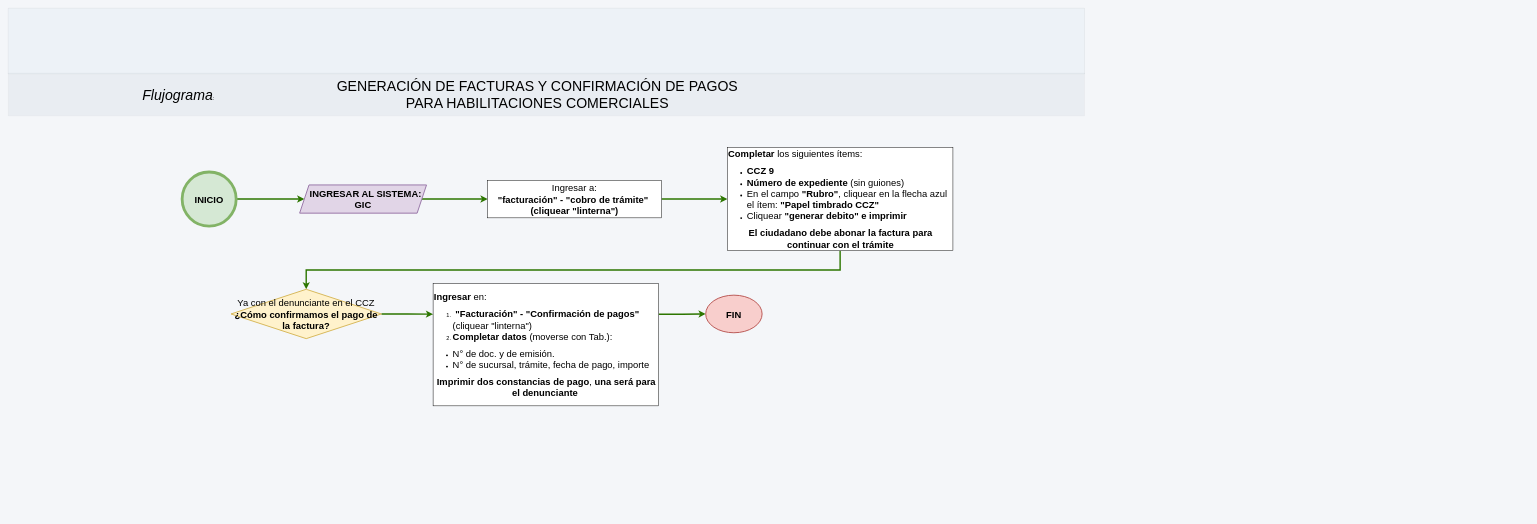
Earlier version of the draw.io diagram Facturas_habilitaciones/Factura habilitaciones comerciales.drawio (adlc20/Manual_de_procedimientos_ccz9). Source tidied: cells renumbered, new cells numbered last; positions are measured from the earlier drawing's top-left corner, leaving out a move shared by most shapes. Both pictures are drawn from the tidied source at 47%, with x=0, y=0 at pixel (8, 8).
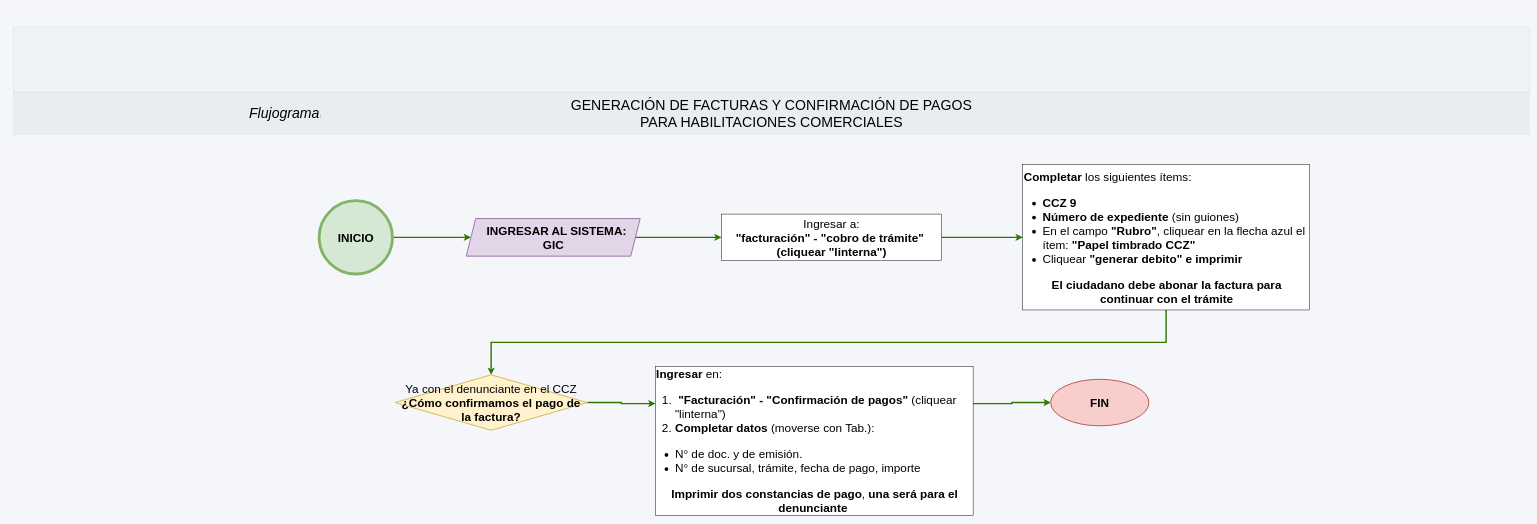
Above is the later version.

Diff of the diagram source:
```diff
@@
 <mxGraphModel background="light-dark(#F4F6F9,#121212)">
   <root>
     <mxCell id="0" />
     <mxCell id="1" parent="0" />
-    <mxCell id="2" style="verticalLabelPosition=bottom;verticalAlign=middle;html=1;shape=mxgraph.basic.patternFillRect;step=5;fillStrokeWidth=0.2;fillStrokeColor=#dddddd;fillColor=#EDF2F7;strokeWidth=0;dashed=1;dashPattern=1 4;rounded=1;align=center;fontFamily=Helvetica;fontSize=12;fontColor=#2D3748;" parent="1" vertex="1">
-      <mxGeometry width="2290" height="140" as="geometry" />
-    </mxCell>
-    <mxCell id="3" style="verticalLabelPosition=bottom;verticalAlign=top;html=1;shape=mxgraph.basic.patternFillRect;fillStyle=auto;step=5;fillStrokeWidth=0.2;fillStrokeColor=#dddddd;fillColor=#E0E5EB;strokeWidth=0;strokeColor=default;opacity=50;fontColor=#ffffff;shadow=0;comic=0;align=center;fontFamily=Helvetica;fontSize=12;gradientColor=none;" parent="1" vertex="1">
-      <mxGeometry y="138" width="2290" height="91" as="geometry" />
-    </mxCell>
+    <mxCell id="19" style="verticalLabelPosition=bottom;verticalAlign=middle;html=1;shape=mxgraph.basic.patternFillRect;step=5;fillStrokeWidth=0.2;fillStrokeColor=#dddddd;fillColor=#EDF2F7;strokeWidth=0;dashed=1;dashPattern=1 4;rounded=1;align=center;fontFamily=Helvetica;fontSize=12;fontColor=#2D3748;" parent="1" vertex="1">
+      <mxGeometry x="11" y="40" width="3226" height="140" as="geometry" />
+    </mxCell>
+    <mxCell id="20" style="verticalLabelPosition=bottom;verticalAlign=top;html=1;shape=mxgraph.basic.patternFillRect;fillStyle=auto;step=5;fillStrokeWidth=0.2;fillStrokeColor=#dddddd;fillColor=#E0E5EB;strokeWidth=0;strokeColor=default;opacity=50;fontColor=#ffffff;shadow=0;comic=0;align=center;fontFamily=Helvetica;fontSize=12;gradientColor=none;" parent="1" vertex="1">
+      <mxGeometry x="11" y="178" width="3226" height="91" as="geometry" />
+    </mxCell>
     <mxCell id="4" value="&lt;font style=&quot;font-size: 30px;&quot;&gt;&lt;i&gt;Flujograma&lt;/i&gt;&lt;/font&gt;:&amp;nbsp;" style="text;html=1;whiteSpace=wrap;strokeColor=none;fillColor=none;align=center;verticalAlign=middle;rounded=0;" parent="1" vertex="1">
-      <mxGeometry x="184" y="168.5" width="360" height="30" as="geometry" />
+      <mxGeometry x="411" y="208.5" width="360" height="30" as="geometry" />
     </mxCell>
     <mxCell id="5" value="&lt;span style=&quot;font-size: 30px;&quot;&gt;GENERACIÓN DE FACTURAS Y CONFIRMACIÓN DE PAGOS PARA HABILITACIONES COMERCIALES&lt;/span&gt;" style="text;html=1;whiteSpace=wrap;strokeColor=none;fillColor=none;align=center;verticalAlign=middle;rounded=0;" parent="1" vertex="1">
-      <mxGeometry x="691" y="153.5" width="870" height="60" as="geometry" />
+      <mxGeometry x="1189" y="193.5" width="870" height="60" as="geometry" />
     </mxCell>
-    <mxCell id="6" style="edgeStyle=orthogonalEdgeStyle;rounded=0;jettySize=auto;html=1;exitX=1;exitY=0.5;exitDx=0;exitDy=0;fillColor=#60a917;strokeColor=#2D7600;strokeWidth=3;" parent="1" edge="1" source="7" target="9">
+    <mxCell id="6" style="edgeStyle=orthogonalEdgeStyle;rounded=0;jettySize=auto;html=1;exitX=1;exitY=0.5;exitDx=0;exitDy=0;fillColor=#60a917;strokeColor=#2D7600;strokeWidth=3;fontSize=25;" parent="1" edge="1" source="7" target="9">
       <mxGeometry relative="1" as="geometry" />
     </mxCell>
-    <mxCell id="7" value="&lt;font style=&quot;font-size: 20px;&quot;&gt;INICIO&lt;/font&gt;" style="ellipse;whiteSpace=wrap;html=1;fillColor=#D5E8D4;strokeWidth=6;strokeColor=#82B366;fontStyle=1;" parent="1" vertex="1">
-      <mxGeometry x="370" y="348.5" width="115" height="115" as="geometry" />
+    <mxCell id="7" value="&lt;font&gt;INICIO&lt;/font&gt;" style="ellipse;whiteSpace=wrap;html=1;fillColor=#D5E8D4;strokeWidth=6;strokeColor=#82B366;fontStyle=1;fontSize=25;" parent="1" vertex="1">
+      <mxGeometry x="661.5" y="409.5" width="156" height="156" as="geometry" />
     </mxCell>
-    <mxCell id="8" style="edgeStyle=orthogonalEdgeStyle;rounded=0;jettySize=auto;html=1;exitX=1;exitY=0.5;exitDx=0;exitDy=0;fillColor=#60a917;strokeColor=#2D7600;strokeWidth=3;entryX=0;entryY=0.5;entryDx=0;entryDy=0;" parent="1" edge="1" source="9" target="11">
+    <mxCell id="8" style="edgeStyle=orthogonalEdgeStyle;rounded=0;jettySize=auto;html=1;exitX=1;exitY=0.5;exitDx=0;exitDy=0;fillColor=#60a917;strokeColor=#2D7600;strokeWidth=3;entryX=0;entryY=0.5;entryDx=0;entryDy=0;fontSize=25;" parent="1" edge="1" source="9" target="11">
       <mxGeometry relative="1" as="geometry" />
     </mxCell>
-    <mxCell id="9" value="&lt;font style=&quot;font-size: 20px;&quot;&gt;&lt;b&gt;&amp;nbsp; &amp;nbsp;INGRESAR AL SISTEMA:&amp;nbsp;&lt;/b&gt;&lt;/font&gt;&lt;div&gt;&lt;font style=&quot;font-size: 20px;&quot;&gt;&lt;b&gt;GIC&lt;/b&gt;&lt;/font&gt;&lt;/div&gt;" style="shape=parallelogram;perimeter=parallelogramPerimeter;whiteSpace=wrap;html=1;fixedSize=1;fillColor=#e1d5e7;strokeColor=#9673a6;strokeWidth=2;" parent="1" vertex="1">
-      <mxGeometry x="620" y="376" width="270" height="60" as="geometry" />
+    <mxCell id="9" value="&lt;font&gt;&lt;b&gt;&amp;nbsp; &amp;nbsp;INGRESAR AL SISTEMA:&amp;nbsp;&lt;/b&gt;&lt;/font&gt;&lt;div&gt;&lt;font&gt;&lt;b&gt;GIC&lt;/b&gt;&lt;/font&gt;&lt;/div&gt;" style="shape=parallelogram;perimeter=parallelogramPerimeter;whiteSpace=wrap;html=1;fixedSize=1;fillColor=#e1d5e7;strokeColor=#9673a6;strokeWidth=2;fontSize=25;" parent="1" vertex="1">
+      <mxGeometry x="974.5" y="447.5" width="370" height="80" as="geometry" />
     </mxCell>
-    <mxCell id="10" style="edgeStyle=orthogonalEdgeStyle;rounded=0;jettySize=auto;html=1;exitX=1;exitY=0.5;exitDx=0;exitDy=0;fillColor=#60a917;strokeColor=#2D7600;strokeWidth=3;" parent="1" edge="1" source="11" target="13">
+    <mxCell id="10" style="edgeStyle=orthogonalEdgeStyle;rounded=0;jettySize=auto;html=1;exitX=1;exitY=0.5;exitDx=0;exitDy=0;fillColor=#60a917;strokeColor=#2D7600;strokeWidth=3;fontSize=25;" parent="1" edge="1" source="11" target="13">
       <mxGeometry relative="1" as="geometry" />
     </mxCell>
-    <mxCell id="11" value="&lt;font style=&quot;font-size: 20px;&quot;&gt;Ingresar a:&lt;/font&gt;&lt;div&gt;&lt;font style=&quot;font-size: 20px;&quot;&gt;&lt;b&gt; &quot;facturación&quot; -&lt;/b&gt; &lt;b&gt;&quot;cobro de trámite&quot;&lt;/b&gt;&amp;nbsp;&lt;/font&gt;&lt;/div&gt;&lt;div&gt;&lt;font style=&quot;font-size: 20px;&quot;&gt;&lt;b&gt;(cliquear &quot;linterna&quot;)&lt;/b&gt;&lt;/font&gt;&lt;/div&gt;" style="rounded=0;whiteSpace=wrap;html=1;" parent="1" vertex="1">
-      <mxGeometry x="1020" y="366" width="370" height="80" as="geometry" />
+    <mxCell id="11" value="&lt;font&gt;Ingresar a:&lt;/font&gt;&lt;div&gt;&lt;font&gt;&lt;b&gt; &quot;facturación&quot; -&lt;/b&gt; &lt;b&gt;&quot;cobro de trámite&quot;&lt;/b&gt;&amp;nbsp;&lt;/font&gt;&lt;/div&gt;&lt;div&gt;&lt;font&gt;&lt;b&gt;(cliquear &quot;linterna&quot;)&lt;/b&gt;&lt;/font&gt;&lt;/div&gt;" style="rounded=0;whiteSpace=wrap;html=1;fontSize=25;" parent="1" vertex="1">
+      <mxGeometry x="1517.5" y="438" width="468" height="99" as="geometry" />
     </mxCell>
-    <mxCell id="12" style="edgeStyle=orthogonalEdgeStyle;rounded=0;jettySize=auto;html=1;exitX=0.5;exitY=1;exitDx=0;exitDy=0;entryX=0.5;entryY=0;entryDx=0;entryDy=0;fillColor=#60a917;strokeColor=#2D7600;strokeWidth=3;" parent="1" edge="1" source="13" target="15">
+    <mxCell id="12" style="edgeStyle=orthogonalEdgeStyle;rounded=0;jettySize=auto;html=1;exitX=0.5;exitY=1;exitDx=0;exitDy=0;entryX=0.5;entryY=0;entryDx=0;entryDy=0;fillColor=#60a917;strokeColor=#2D7600;strokeWidth=3;fontSize=25;" parent="1" edge="1" source="13" target="15">
       <mxGeometry relative="1" as="geometry" />
     </mxCell>
-    <mxCell id="13" value="&lt;font style=&quot;font-size: 20px;&quot;&gt;&lt;b&gt;Completar&lt;/b&gt; los siguientes ítems:&lt;/font&gt;&lt;div&gt;&lt;ul&gt;&lt;li&gt;&lt;font style=&quot;font-size: 20px;&quot;&gt;&lt;b&gt;CCZ 9&amp;nbsp;&lt;/b&gt;&lt;/font&gt;&lt;/li&gt;&lt;li&gt;&lt;font style=&quot;font-size: 20px;&quot;&gt;&lt;b&gt;Número de expediente &lt;/b&gt;(sin guiones)&lt;/font&gt;&lt;/li&gt;&lt;li&gt;&lt;font style=&quot;font-size: 20px;&quot;&gt;En el campo&lt;b&gt; &quot;Rubro&quot;&lt;/b&gt;, cliquear en la flecha azul el ítem: &lt;b&gt;&quot;Papel timbrado CCZ&quot;&lt;/b&gt;&amp;nbsp;&lt;/font&gt;&lt;/li&gt;&lt;li&gt;&lt;font style=&quot;font-size: 20px;&quot;&gt;Cliquear&lt;b&gt; &quot;generar debito&quot; e imprimir&lt;/b&gt;&lt;/font&gt;&lt;/li&gt;&lt;/ul&gt;&lt;span style=&quot;font-size: 20px;&quot;&gt;&lt;div style=&quot;text-align: center;&quot;&gt;&lt;b style=&quot;background-color: transparent; color: light-dark(rgb(0, 0, 0), rgb(255, 255, 255));&quot;&gt;El ciudadano debe abonar la factura para continuar con el trámite&lt;/b&gt;&lt;/div&gt;&lt;/span&gt;&lt;/div&gt;" style="rounded=0;whiteSpace=wrap;html=1;align=left;" parent="1" vertex="1">
-      <mxGeometry x="1530" y="296" width="480" height="220" as="geometry" />
+    <mxCell id="13" value="&lt;font&gt;&lt;b&gt;Completar&lt;/b&gt; los siguientes ítems:&lt;/font&gt;&lt;div&gt;&lt;ul&gt;&lt;li&gt;&lt;font&gt;&lt;b&gt;CCZ 9&amp;nbsp;&lt;/b&gt;&lt;/font&gt;&lt;/li&gt;&lt;li&gt;&lt;font&gt;&lt;b&gt;Número de expediente &lt;/b&gt;(sin guiones)&lt;/font&gt;&lt;/li&gt;&lt;li&gt;&lt;font&gt;En el campo&lt;b&gt; &quot;Rubro&quot;&lt;/b&gt;, cliquear en la flecha azul el ítem: &lt;b&gt;&quot;Papel timbrado CCZ&quot;&lt;/b&gt;&amp;nbsp;&lt;/font&gt;&lt;/li&gt;&lt;li&gt;&lt;font&gt;Cliquear&lt;b&gt; &quot;generar debito&quot; e imprimir&lt;/b&gt;&lt;/font&gt;&lt;/li&gt;&lt;/ul&gt;&lt;span&gt;&lt;div style=&quot;text-align: center;&quot;&gt;&lt;b style=&quot;background-color: transparent; color: light-dark(rgb(0, 0, 0), rgb(255, 255, 255));&quot;&gt;El ciudadano debe abonar la factura para continuar con el trámite&lt;/b&gt;&lt;/div&gt;&lt;/span&gt;&lt;/div&gt;" style="rounded=0;whiteSpace=wrap;html=1;align=left;fontSize=25;" parent="1" vertex="1">
+      <mxGeometry x="2158.5" y="333" width="610" height="309" as="geometry" />
     </mxCell>
-    <mxCell id="14" style="edgeStyle=orthogonalEdgeStyle;rounded=0;jettySize=auto;html=1;exitX=1;exitY=0.5;exitDx=0;exitDy=0;entryX=0;entryY=0.25;entryDx=0;entryDy=0;fillColor=#60a917;strokeColor=#2D7600;strokeWidth=3;" parent="1" edge="1" source="15" target="17">
+    <mxCell id="14" style="edgeStyle=orthogonalEdgeStyle;rounded=0;jettySize=auto;html=1;exitX=1;exitY=0.5;exitDx=0;exitDy=0;entryX=0;entryY=0.25;entryDx=0;entryDy=0;fillColor=#60a917;strokeColor=#2D7600;strokeWidth=3;fontSize=25;" parent="1" edge="1" source="15" target="17">
       <mxGeometry relative="1" as="geometry" />
     </mxCell>
-    <mxCell id="15" value="&lt;span style=&quot;font-size: 20px;&quot;&gt;Ya con el denunciante en el CCZ&lt;/span&gt;&lt;div&gt;&lt;span style=&quot;font-size: 20px;&quot;&gt;&lt;b&gt;¿Cómo confirmamos el pago de la factura?&lt;/b&gt;&lt;/span&gt;&lt;/div&gt;" style="rhombus;whiteSpace=wrap;html=1;fillColor=#fff2cc;strokeColor=#d6b656;strokeWidth=2;" parent="1" vertex="1">
-      <mxGeometry x="474" y="598" width="320" height="105" as="geometry" />
+    <mxCell id="15" value="&lt;span&gt;Ya con el denunciante en el CCZ&lt;/span&gt;&lt;div&gt;&lt;span&gt;&lt;b&gt;¿Cómo confirmamos el pago de la factura?&lt;/b&gt;&lt;/span&gt;&lt;/div&gt;" style="rhombus;whiteSpace=wrap;html=1;fillColor=#fff2cc;strokeColor=#d6b656;strokeWidth=2;fontSize=25;" parent="1" vertex="1">
+      <mxGeometry x="823" y="780" width="409" height="118" as="geometry" />
     </mxCell>
-    <mxCell id="16" style="edgeStyle=orthogonalEdgeStyle;rounded=0;jettySize=auto;html=1;exitX=1;exitY=0.25;exitDx=0;exitDy=0;entryX=0;entryY=0.5;entryDx=0;entryDy=0;fillColor=#60a917;strokeColor=#2D7600;strokeWidth=3;" parent="1" edge="1" source="17" target="18">
+    <mxCell id="16" style="edgeStyle=orthogonalEdgeStyle;rounded=0;jettySize=auto;html=1;exitX=1;exitY=0.25;exitDx=0;exitDy=0;entryX=0;entryY=0.5;entryDx=0;entryDy=0;fillColor=#60a917;strokeColor=#2D7600;strokeWidth=3;fontSize=25;" parent="1" edge="1" source="17" target="18">
       <mxGeometry relative="1" as="geometry" />
     </mxCell>
-    <mxCell id="17" value="&lt;span style=&quot;font-size: 20px;&quot;&gt;&lt;b&gt;Ingresar&lt;/b&gt; en:&lt;/span&gt;&lt;div&gt;&lt;ol&gt;&lt;li&gt;&lt;span style=&quot;font-size: 20px;&quot;&gt;&lt;b&gt;&amp;nbsp;&quot;Facturación&quot; - &quot;Confirmación de pagos&quot;&lt;/b&gt; (cliquear &quot;linterna&quot;)&lt;/span&gt;&lt;/li&gt;&lt;li&gt;&lt;span style=&quot;font-size: 20px;&quot;&gt;&lt;font style=&quot;color: rgb(0, 0, 0);&quot;&gt;&lt;b&gt;Completar datos&lt;/b&gt; (moverse con Tab.):&amp;nbsp;&lt;/font&gt;&lt;font style=&quot;color: rgb(255, 0, 0);&quot;&gt;&amp;nbsp;&lt;/font&gt;&lt;/span&gt;&lt;/li&gt;&lt;/ol&gt;&lt;ul&gt;&lt;li&gt;&lt;span style=&quot;color: light-dark(rgb(0, 0, 0), rgb(237, 237, 237)); font-size: 20px; background-color: transparent;&quot;&gt;N° de doc. y de emisión.&lt;/span&gt;&lt;/li&gt;&lt;li&gt;&lt;span style=&quot;color: light-dark(rgb(0, 0, 0), rgb(237, 237, 237)); font-size: 20px; background-color: transparent;&quot;&gt;N° de sucursal, trámite, fecha de pago, importe&amp;nbsp;&lt;/span&gt;&lt;/li&gt;&lt;/ul&gt;&lt;b style=&quot;font-size: 20px; background-color: transparent; color: light-dark(rgb(0, 0, 0), rgb(255, 255, 255));&quot;&gt;&lt;div style=&quot;text-align: center;&quot;&gt;&lt;b style=&quot;background-color: transparent; color: light-dark(rgb(0, 0, 0), rgb(255, 255, 255));&quot;&gt;Imprimir dos constancias de pago&lt;/b&gt;&lt;span style=&quot;background-color: transparent; color: light-dark(rgb(0, 0, 0), rgb(255, 255, 255)); font-weight: normal;&quot;&gt;, &lt;/span&gt;&lt;b style=&quot;background-color: transparent; color: light-dark(rgb(0, 0, 0), rgb(255, 255, 255));&quot;&gt;una será para el denunciante&lt;/b&gt;&lt;span style=&quot;background-color: transparent; color: light-dark(rgb(0, 0, 0), rgb(255, 255, 255)); font-weight: normal;&quot;&gt;&amp;nbsp;&lt;/span&gt;&lt;/div&gt;&lt;/b&gt;&lt;/div&gt;" style="rounded=0;whiteSpace=wrap;html=1;align=left;" parent="1" vertex="1">
-      <mxGeometry x="904" y="586" width="480" height="260" as="geometry" />
+    <mxCell id="17" value="&lt;span&gt;&lt;b&gt;Ingresar&lt;/b&gt; en:&lt;/span&gt;&lt;div&gt;&lt;ol&gt;&lt;li&gt;&lt;span&gt;&lt;b&gt;&amp;nbsp;&quot;Facturación&quot; - &quot;Confirmación de pagos&quot;&lt;/b&gt; (cliquear &quot;linterna&quot;)&lt;/span&gt;&lt;/li&gt;&lt;li&gt;&lt;span&gt;&lt;font style=&quot;color: rgb(0, 0, 0);&quot;&gt;&lt;b&gt;Completar datos&lt;/b&gt; (moverse con Tab.):&amp;nbsp;&lt;/font&gt;&lt;font style=&quot;color: rgb(255, 0, 0);&quot;&gt;&amp;nbsp;&lt;/font&gt;&lt;/span&gt;&lt;/li&gt;&lt;/ol&gt;&lt;ul&gt;&lt;li&gt;&lt;span style=&quot;color: light-dark(rgb(0, 0, 0), rgb(237, 237, 237)); background-color: transparent;&quot;&gt;N° de doc. y de emisión.&lt;/span&gt;&lt;/li&gt;&lt;li&gt;&lt;span style=&quot;color: light-dark(rgb(0, 0, 0), rgb(237, 237, 237)); background-color: transparent;&quot;&gt;N° de sucursal, trámite, fecha de pago, importe&amp;nbsp;&lt;/span&gt;&lt;/li&gt;&lt;/ul&gt;&lt;b style=&quot;background-color: transparent; color: light-dark(rgb(0, 0, 0), rgb(255, 255, 255));&quot;&gt;&lt;div style=&quot;text-align: center;&quot;&gt;&lt;b style=&quot;background-color: transparent; color: light-dark(rgb(0, 0, 0), rgb(255, 255, 255));&quot;&gt;Imprimir dos constancias de pago&lt;/b&gt;&lt;span style=&quot;background-color: transparent; color: light-dark(rgb(0, 0, 0), rgb(255, 255, 255)); font-weight: normal;&quot;&gt;, &lt;/span&gt;&lt;b style=&quot;background-color: transparent; color: light-dark(rgb(0, 0, 0), rgb(255, 255, 255));&quot;&gt;una será para el denunciante&lt;/b&gt;&lt;span style=&quot;background-color: transparent; color: light-dark(rgb(0, 0, 0), rgb(255, 255, 255)); font-weight: normal;&quot;&gt;&amp;nbsp;&lt;/span&gt;&lt;/div&gt;&lt;/b&gt;&lt;/div&gt;" style="rounded=0;whiteSpace=wrap;html=1;align=left;fontSize=25;" parent="1" vertex="1">
+      <mxGeometry x="1377" y="762" width="676" height="317" as="geometry" />
     </mxCell>
-    <mxCell id="18" value="&lt;font style=&quot;font-size: 20px;&quot;&gt;&lt;b&gt;FIN&lt;/b&gt;&lt;/font&gt;" style="ellipse;whiteSpace=wrap;html=1;fillColor=#f8cecc;strokeColor=#b85450;strokeWidth=2;" parent="1" vertex="1">
-      <mxGeometry x="1484" y="610.5" width="120" height="80" as="geometry" />
+    <mxCell id="18" value="&lt;font&gt;&lt;b&gt;FIN&lt;/b&gt;&lt;/font&gt;" style="ellipse;whiteSpace=wrap;html=1;fillColor=#f8cecc;strokeColor=#b85450;strokeWidth=2;fontSize=25;" parent="1" vertex="1">
+      <mxGeometry x="2218" y="789.5" width="209" height="99" as="geometry" />
     </mxCell>
   </root>
 </mxGraphModel>
```
